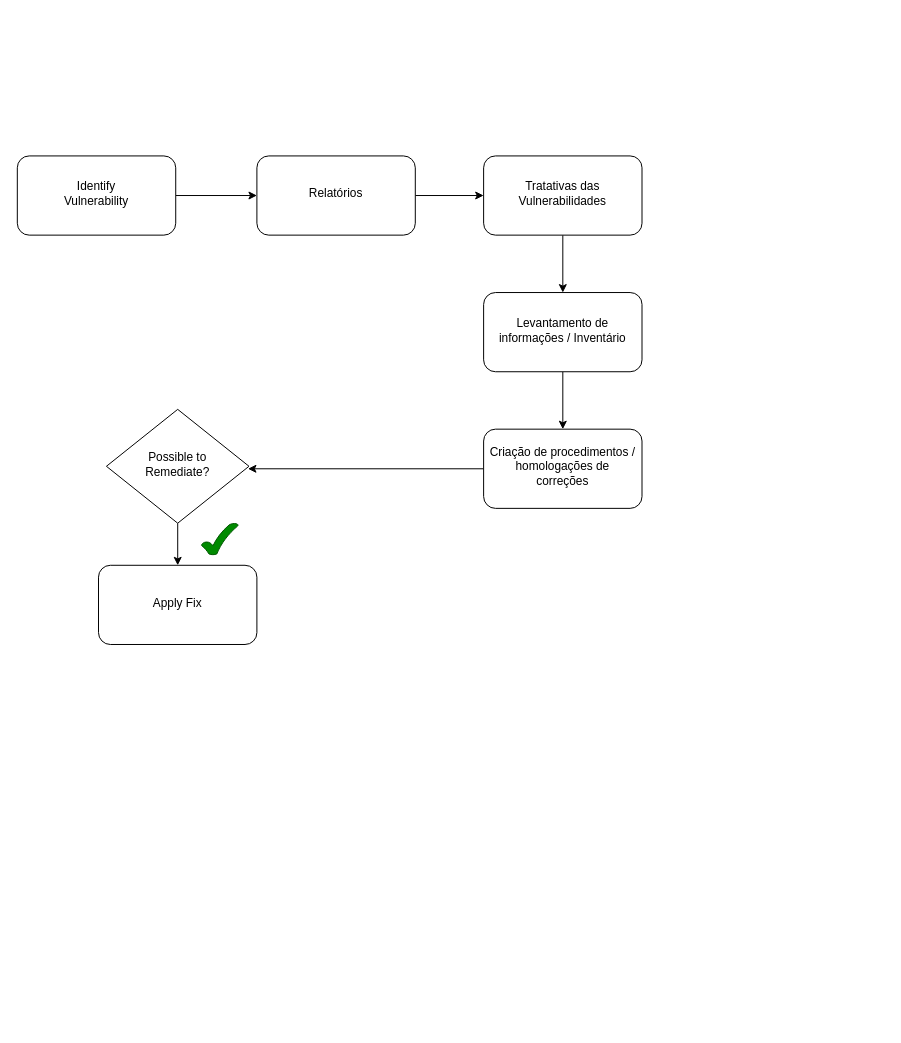
Above: HE_Vulnerabilidades.drawio in eloyx3x/Diagramas (draw.io), before the change. Source tidied: cells renumbered, new cells numbered last; positions are measured from the earlier drawing's top-left corner, leaving out a move shared by most shapes. Both pictures are drawn from the tidied source at 99%, with x=0, y=0 at pixel (17, 155).
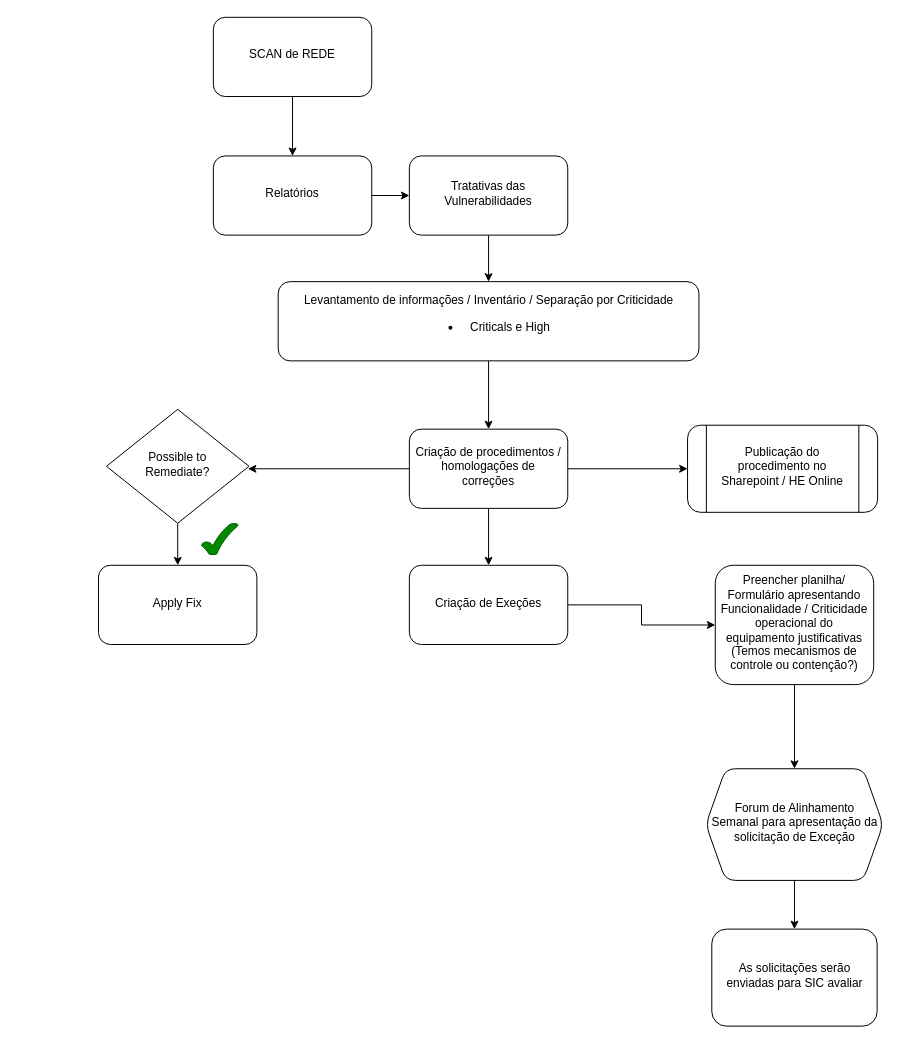
The same page after the edit.

What changed in the source:
```diff
@@
-    <mxCell id="7" value="&lt;div&gt;Identify &lt;br&gt;&lt;/div&gt;&lt;div&gt;Vulnerability&lt;br&gt;&lt;/div&gt;" style="rounded=1;whiteSpace=wrap;html=1;shadow=0;strokeWidth=1;spacing=6;spacingTop=-4;" parent="1" vertex="1">
-      <mxGeometry width="160" height="80" as="geometry" />
+    <mxCell id="7" value="SCAN de REDE" style="rounded=1;whiteSpace=wrap;html=1;shadow=0;strokeWidth=1;spacing=6;spacingTop=-4;" parent="1" vertex="1">
+      <mxGeometry x="198" y="-140" width="160" height="80" as="geometry" />
     </mxCell>
@@
     <mxCell id="9" value="Relatórios" style="rounded=1;whiteSpace=wrap;html=1;shadow=0;strokeWidth=1;spacing=6;spacingTop=-4;" parent="1" vertex="1">
-      <mxGeometry x="242" width="160" height="80" as="geometry" />
+      <mxGeometry x="198" width="160" height="80" as="geometry" />
     </mxCell>
@@
     <mxCell id="11" value="Tratativas das Vulnerabilidades" style="rounded=1;whiteSpace=wrap;html=1;shadow=0;strokeWidth=1;spacing=6;spacingTop=-4;" parent="1" vertex="1">
-      <mxGeometry x="471" width="160" height="80" as="geometry" />
+      <mxGeometry x="396" width="160" height="80" as="geometry" />
     </mxCell>
@@
-    <mxCell id="13" value="Levantamento de informações / Inventário" style="rounded=1;whiteSpace=wrap;html=1;shadow=0;strokeWidth=1;spacing=6;spacingTop=-4;" parent="1" vertex="1">
-      <mxGeometry x="471" y="138" width="160" height="80" as="geometry" />
+    <mxCell id="13" value="&lt;div&gt;Levantamento de informações / Inventário / Separação por Criticidade &lt;br&gt;&lt;/div&gt;&lt;blockquote&gt;&lt;blockquote&gt;&lt;blockquote&gt;&lt;div&gt;&lt;ul&gt;&lt;li&gt;&amp;nbsp;Criticals e High&lt;/li&gt;&lt;/ul&gt;&lt;/div&gt;&lt;/blockquote&gt;&lt;/blockquote&gt;&lt;/blockquote&gt;" style="rounded=1;whiteSpace=wrap;html=1;shadow=0;strokeWidth=1;spacing=6;spacingTop=-4;" parent="1" vertex="1">
+      <mxGeometry x="263.5" y="127" width="425" height="80" as="geometry" />
     </mxCell>
@@
+    <mxCell id="16" style="edgeStyle=orthogonalEdgeStyle;rounded=0;jettySize=auto;html=1;" parent="1" edge="1" source="15" target="19">
+      <mxGeometry relative="1" as="geometry" />
+    </mxCell>
+    <mxCell id="17" style="edgeStyle=orthogonalEdgeStyle;rounded=0;jettySize=auto;html=1;" parent="1" edge="1" source="15" target="22">
+      <mxGeometry relative="1" as="geometry" />
+    </mxCell>
     <mxCell id="15" value="Criação de procedimentos / homologações de correções" style="rounded=1;whiteSpace=wrap;html=1;shadow=0;strokeWidth=1;spacing=6;spacingTop=-4;" parent="1" vertex="1">
-      <mxGeometry x="471" y="276" width="160" height="80" as="geometry" />
+      <mxGeometry x="396" y="276" width="160" height="80" as="geometry" />
     </mxCell>
+    <mxCell id="18" style="edgeStyle=orthogonalEdgeStyle;rounded=0;jettySize=auto;html=1;" parent="1" edge="1" source="19" target="21">
+      <mxGeometry relative="1" as="geometry" />
+    </mxCell>
+    <mxCell id="19" value="Criação de Exeções" style="rounded=1;whiteSpace=wrap;html=1;shadow=0;strokeWidth=1;spacing=6;spacingTop=-4;" parent="1" vertex="1">
+      <mxGeometry x="396" y="413.5" width="160" height="80" as="geometry" />
+    </mxCell>
+    <mxCell id="20" style="edgeStyle=orthogonalEdgeStyle;rounded=0;jettySize=auto;html=1;" parent="1" edge="1" source="21" target="24">
+      <mxGeometry relative="1" as="geometry" />
+    </mxCell>
+    <mxCell id="21" value="&lt;div&gt;Preencher planilha/ Formulário apresentando&lt;/div&gt;&lt;div&gt;Funcionalidade / Criticidade operacional do equipamento justificativas (Temos mecanismos de controle ou contenção?)&lt;/div&gt;" style="rounded=1;whiteSpace=wrap;html=1;shadow=0;strokeWidth=1;spacing=6;spacingTop=-4;" parent="1" vertex="1">
+      <mxGeometry x="705" y="413.5" width="160" height="120.5" as="geometry" />
+    </mxCell>
+    <mxCell id="22" value="Publicação do procedimento no Sharepoint / HE Online" style="shape=process;whiteSpace=wrap;html=1;backgroundOutline=1;rounded=1;shadow=0;strokeWidth=1;spacing=6;spacingTop=-4;" parent="1" vertex="1">
+      <mxGeometry x="677" y="272" width="192" height="88" as="geometry" />
+    </mxCell>
+    <mxCell id="23" style="edgeStyle=orthogonalEdgeStyle;rounded=0;jettySize=auto;html=1;" parent="1" edge="1" source="24" target="25">
+      <mxGeometry relative="1" as="geometry" />
+    </mxCell>
+    <mxCell id="24" value="Forum de Alinhamento Semanal para apresentação da solicitação de Exceção" style="shape=hexagon;perimeter=hexagonPerimeter2;whiteSpace=wrap;html=1;fixedSize=1;rounded=1;shadow=0;strokeWidth=1;spacing=6;spacingTop=-4;" parent="1" vertex="1">
+      <mxGeometry x="695.5" y="619" width="179" height="112.8" as="geometry" />
+    </mxCell>
+    <mxCell id="25" value="As solicitações serão enviadas para SIC avaliar" style="whiteSpace=wrap;html=1;rounded=1;shadow=0;strokeWidth=1;spacing=6;spacingTop=-4;" parent="1" vertex="1">
+      <mxGeometry x="701.5" y="781" width="167" height="98" as="geometry" />
+    </mxCell>
```
